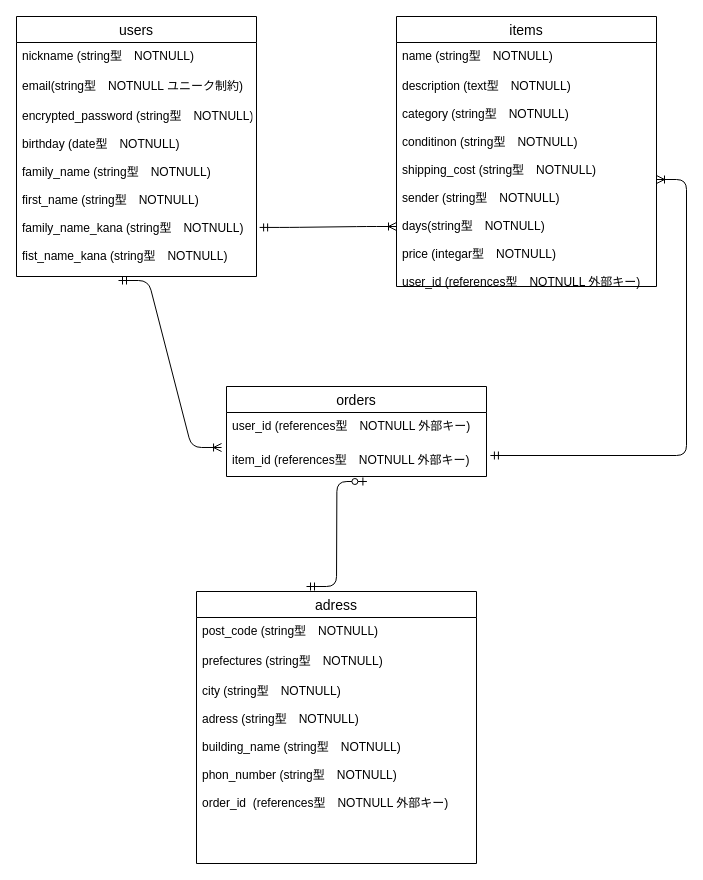
This is furima.dio from FUJITASHOGO2190/furima-38244, a draw.io file, before an edit. Source tidied: cells renumbered, new cells numbered last; positions are measured from the earlier drawing's top-left corner, leaving out a move shared by most shapes. Both pictures are drawn from the tidied source at 100%, with x=0, y=0 at pixel (16, 16).
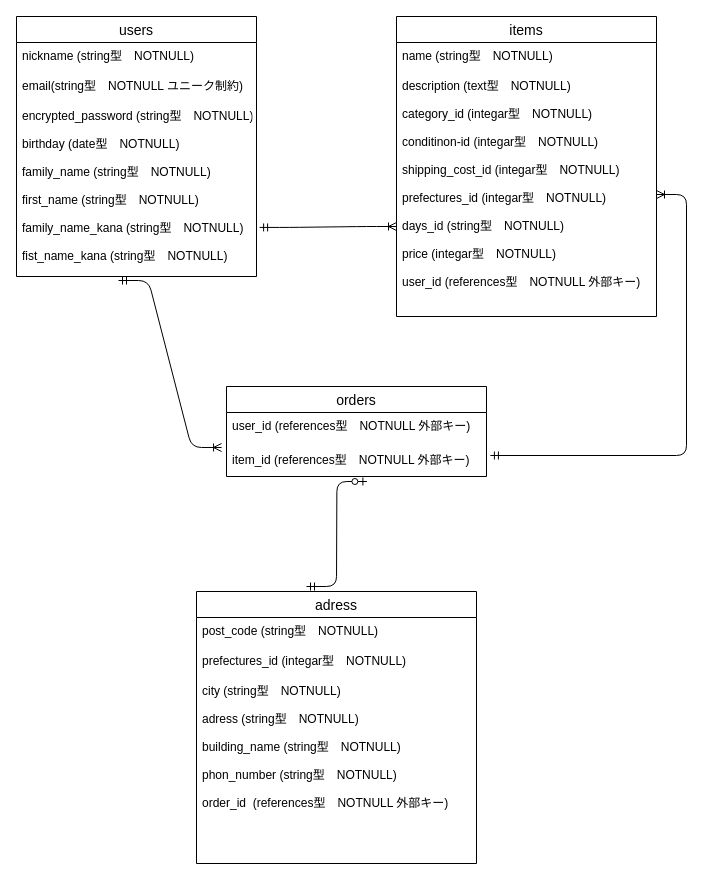
The same page after the edit.

Commit message (it also covers changes not shown here):
データベース設計、修正２

Unchanged cells that the change refers to:
```xml
<mxCell id="12" value="adress" style="swimlane;fontStyle=0;horizontal=1;startSize=26;align=center;fontSize=14;" parent="1" vertex="1">
  <mxGeometry x="180" y="575" width="280" height="272" as="geometry" />
</mxCell>
```

The edit, as a diff of the source:
```diff
@@
     <mxCell id="6" value="items" style="swimlane;fontStyle=0;horizontal=1;startSize=26;align=center;fontSize=14;" parent="1" vertex="1">
-      <mxGeometry x="380" width="260" height="270" as="geometry" />
+      <mxGeometry x="380" width="260" height="300" as="geometry" />
     </mxCell>
@@
-    <mxCell id="8" value="description (text型　NOTNULL)&#10;&#10;category (string型　NOTNULL)&#10;&#10;conditinon (string型　NOTNULL)&#10;&#10;shipping_cost (string型　NOTNULL)&#10;&#10;sender (string型　NOTNULL)&#10;&#10;days(string型　NOTNULL)&#10;&#10;price (integar型　NOTNULL)&#10;&#10;user_id (references型　NOTNULL 外部キー)&#10;" style="text;strokeColor=none;fillColor=none;spacingLeft=4;spacingRight=4;overflow=hidden;points=[[0,0.5],[1,0.5]];portConstraint=eastwest;fontSize=12;" parent="6" vertex="1">
-      <mxGeometry y="56" width="260" height="214" as="geometry" />
+    <mxCell id="8" value="description (text型　NOTNULL)&#10;&#10;category_id (integar型　NOTNULL)&#10;&#10;conditinon-id (integar型　NOTNULL)&#10;&#10;shipping_cost_id (integar型　NOTNULL)&#10;&#10;prefectures_id (integar型　NOTNULL)&#10;&#10;days_id (string型　NOTNULL)&#10;&#10;price (integar型　NOTNULL)&#10;&#10;user_id (references型　NOTNULL 外部キー)&#10;" style="text;strokeColor=none;fillColor=none;spacingLeft=4;spacingRight=4;overflow=hidden;points=[[0,0.5],[1,0.5]];portConstraint=eastwest;fontSize=12;" parent="6" vertex="1">
+      <mxGeometry y="56" width="260" height="244" as="geometry" />
     </mxCell>
@@
-    <mxCell id="14" value="prefectures (string型　NOTNULL)" style="text;strokeColor=none;fillColor=none;spacingLeft=4;spacingRight=4;overflow=hidden;fontSize=12;" parent="12" vertex="1">
+    <mxCell id="14" value="prefectures_id (integar型　NOTNULL)" style="text;strokeColor=none;fillColor=none;spacingLeft=4;spacingRight=4;overflow=hidden;fontSize=12;" parent="12" vertex="1">
       <mxGeometry y="56" width="280" height="30" as="geometry" />
     </mxCell>
```
